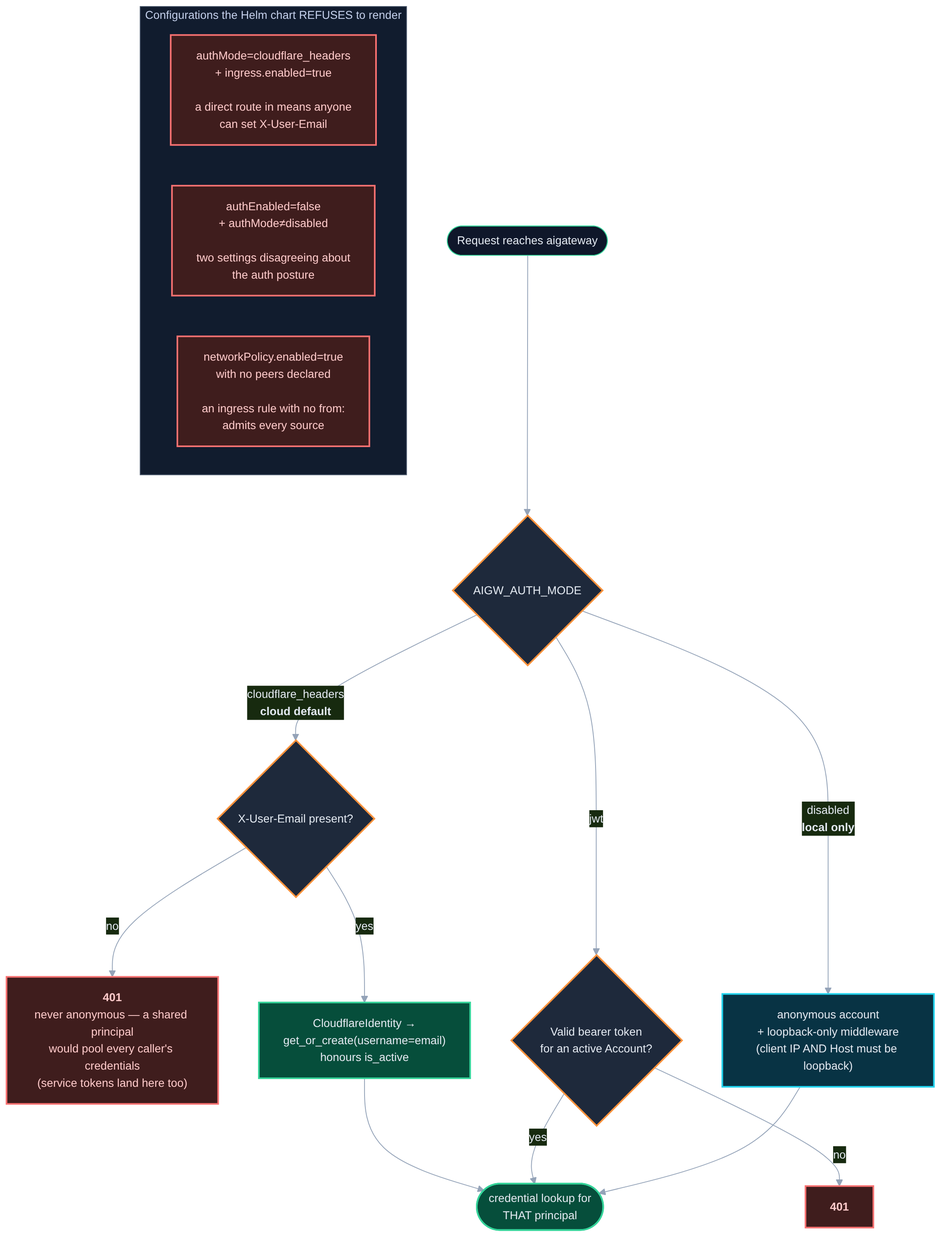
OpenMined/screamingface keeps this Mermaid diagram as docs/diagrams/gateway-identity-auth-modes.png. Above is the earlier version. Its source is kept beside it as docs/diagrams/gateway-identity-auth-modes.mmd.
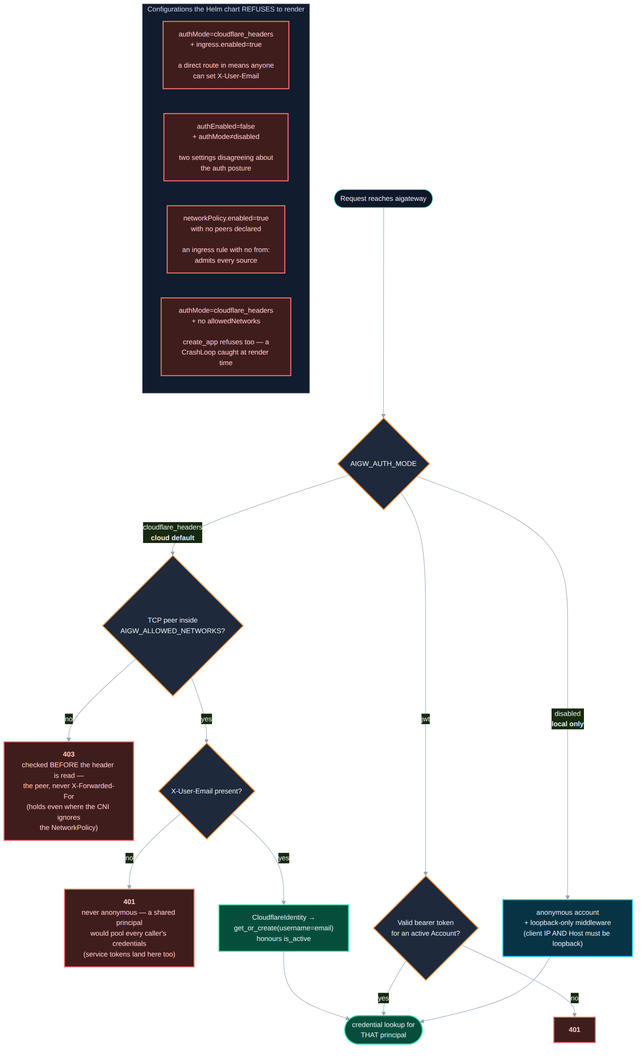
The same file after the commit.

What changed in the source:
```diff
@@ -2,7 +2,9 @@
 flowchart TB
     REQ(["Request reaches aigateway"]) --> MODE{"AIGW_AUTH_MODE"}
 
-    MODE -->|cloudflare_headers<br/><b>cloud default</b>| H1{"X-User-Email present?"}
+    MODE -->|cloudflare_headers<br/><b>cloud default</b>| N1{"TCP peer inside<br/>AIGW_ALLOWED_NETWORKS?"}
+    N1 -->|no| N403["<b>403</b><br/>checked BEFORE the header is read —<br/>the peer, never X-Forwarded-For<br/>(holds even where the CNI ignores<br/>the NetworkPolicy)"]
+    N1 -->|yes| H1{"X-User-Email present?"}
     H1 -->|no| H401["<b>401</b><br/>never anonymous — a shared principal<br/>would pool every caller's credentials<br/>(service tokens land here too)"]
     H1 -->|yes| HACC["CloudflareIdentity →<br/>get_or_create(username=email)<br/>honours is_active"]
     HACC --> OK(["credential lookup for<br/>THAT principal"])
@@ -18,6 +20,7 @@
         R1["authMode=cloudflare_headers<br/>+ ingress.enabled=true<br/><br/>a direct route in means anyone<br/>can set X-User-Email"]
         R2["authEnabled=false<br/>+ authMode≠disabled<br/><br/>two settings disagreeing about<br/>the auth posture"]
         R3["networkPolicy.enabled=true<br/>with no peers declared<br/><br/>an ingress rule with no from:<br/>admits every source"]
+        R4["authMode=cloudflare_headers<br/>+ no allowedNetworks<br/><br/>create_app refuses too — a<br/>CrashLoop caught at render time"]
     end
 
     classDef ok fill:#064e3b,stroke:#34d399,stroke-width:2px,color:#e2e8f0
@@ -26,6 +29,6 @@
     classDef local fill:#083344,stroke:#22d3ee,stroke-width:2px,color:#e2e8f0
 
     class OK,HACC ok
-    class H401,J401,R1,R2,R3 bad
-    class MODE,H1,J1 dec
+    class H401,J401,N403,R1,R2,R3,R4 bad
+    class MODE,H1,J1,N1 dec
     class D1 local
```
